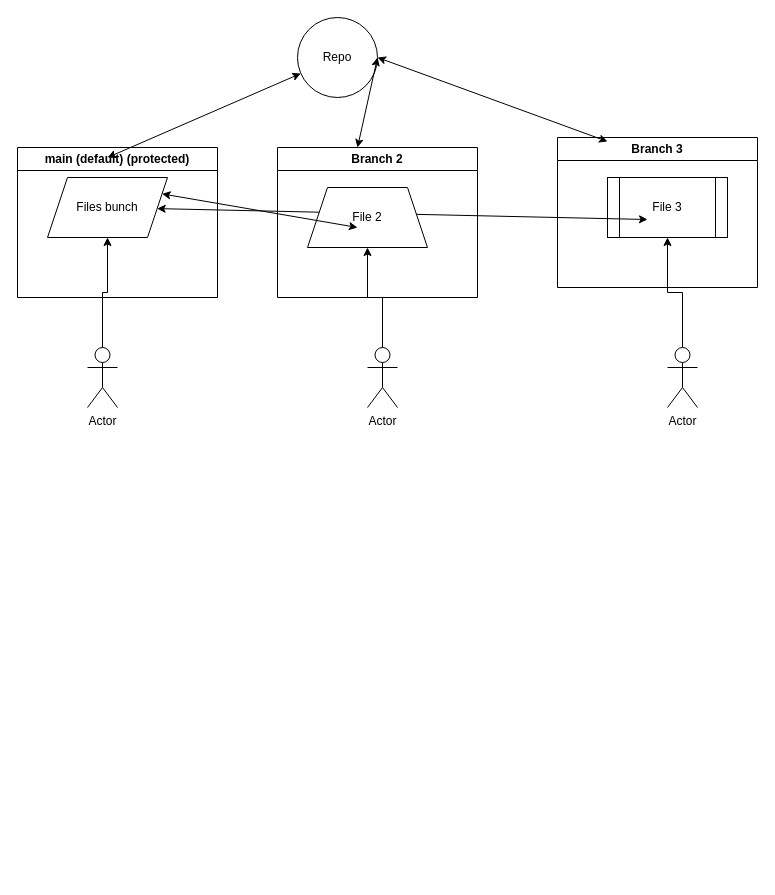
Before: git.drawio in RohiniGajakosh/practice1, a draw.io diagram. Source tidied: cells renumbered, new cells numbered last; positions are measured from the earlier drawing's top-left corner, leaving out a move shared by most shapes. Both pictures are drawn from the tidied source at 100%, with x=0, y=0 at pixel (17, 17).
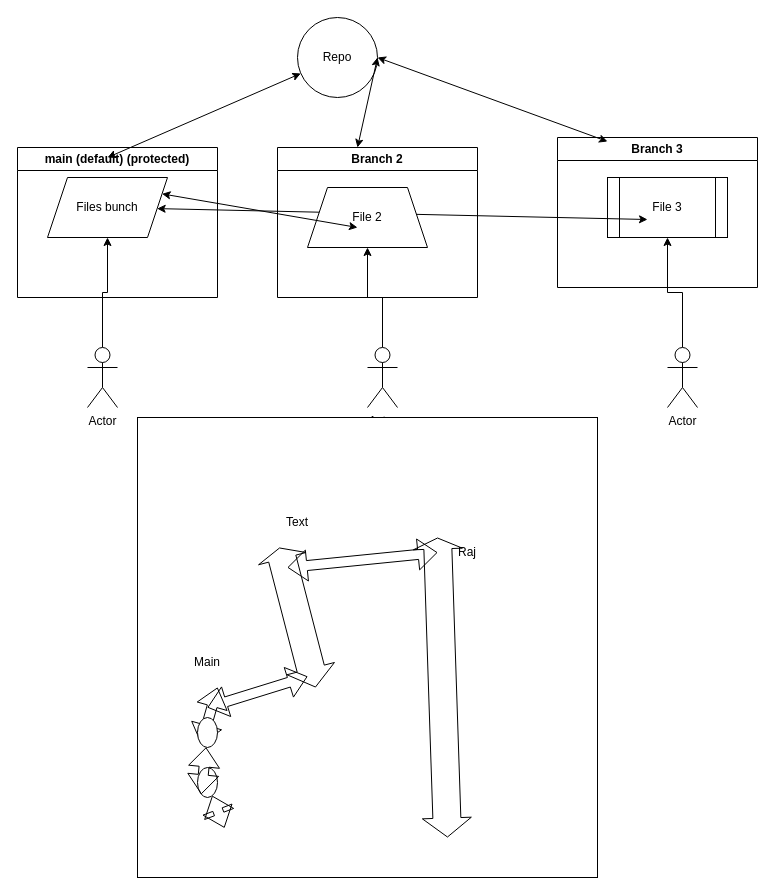
After the change.

Diff of the diagram source:
```diff
@@
+    <mxCell id="20" style="whiteSpace=wrap;html=1;" parent="1" vertex="1">
+      <mxGeometry x="120" y="400" width="460" height="460" as="geometry" />
+    </mxCell>
+    <mxCell id="21" style="shape=flexArrow;endArrow=classic;startArrow=classic;html=1;rounded=0;exitX=0.189;exitY=0.892;exitDx=0;exitDy=0;exitPerimeter=0;" parent="1" edge="1" source="29">
+      <mxGeometry relative="1" as="geometry">
+        <mxPoint x="200" y="670" as="targetPoint" />
+      </mxGeometry>
+    </mxCell>
+    <mxCell id="22" style="shape=flexArrow;endArrow=classic;startArrow=classic;html=1;rounded=0;" parent="1" edge="1">
+      <mxGeometry relative="1" as="geometry">
+        <mxPoint x="190" y="690" as="sourcePoint" />
+        <mxPoint x="290" y="659" as="targetPoint" />
+      </mxGeometry>
+    </mxCell>
+    <mxCell id="23" style="shape=flexArrow;endArrow=classic;startArrow=classic;html=1;rounded=0;width=28;endSize=3.33;" parent="1" edge="1">
+      <mxGeometry relative="1" as="geometry">
+        <mxPoint x="298.1" y="670" as="sourcePoint" />
+        <mxPoint x="261.9" y="530" as="targetPoint" />
+      </mxGeometry>
+    </mxCell>
+    <mxCell id="24" style="shape=flexArrow;endArrow=classic;startArrow=classic;html=1;rounded=0;exitX=0.189;exitY=0.892;exitDx=0;exitDy=0;exitPerimeter=0;entryX=0;entryY=0;entryDx=0;entryDy=0;width=28;endSize=3.33;" parent="1" edge="1" target="31">
+      <mxGeometry relative="1" as="geometry">
+        <mxPoint x="430" y="820" as="sourcePoint" />
+      </mxGeometry>
+    </mxCell>
+    <mxCell id="25" value="Main" style="text;html=1;align=center;verticalAlign=middle;whiteSpace=wrap;rounded=0;" parent="1" vertex="1">
+      <mxGeometry x="160" y="630" width="60" height="30" as="geometry" />
+    </mxCell>
+    <mxCell id="26" style="shape=flexArrow;endArrow=classic;startArrow=classic;html=1;rounded=0;exitX=0.189;exitY=0.892;exitDx=0;exitDy=0;exitPerimeter=0;" parent="1" edge="1" source="20" target="27">
+      <mxGeometry relative="1" as="geometry" />
+    </mxCell>
+    <mxCell id="27" style="ellipse;whiteSpace=wrap;html=1;" parent="1" vertex="1">
+      <mxGeometry x="180" y="750" width="20" height="30" as="geometry" />
+    </mxCell>
+    <mxCell id="28" style="shape=flexArrow;endArrow=classic;startArrow=classic;html=1;rounded=0;exitX=0.189;exitY=0.892;exitDx=0;exitDy=0;exitPerimeter=0;" parent="1" edge="1" source="27" target="29">
+      <mxGeometry relative="1" as="geometry" />
+    </mxCell>
+    <mxCell id="29" style="ellipse;whiteSpace=wrap;html=1;" parent="1" vertex="1">
+      <mxGeometry x="180" y="700" width="20" height="30" as="geometry" />
+    </mxCell>
+    <mxCell id="30" value="Text" style="text;html=1;align=center;verticalAlign=middle;whiteSpace=wrap;rounded=0;" parent="1" vertex="1">
+      <mxGeometry x="250" y="490" width="60" height="30" as="geometry" />
+    </mxCell>
+    <mxCell id="31" value="Raj" style="text;html=1;align=center;verticalAlign=middle;whiteSpace=wrap;rounded=0;" parent="1" vertex="1">
+      <mxGeometry x="420" y="520" width="60" height="30" as="geometry" />
+    </mxCell>
+    <mxCell id="32" style="shape=flexArrow;endArrow=classic;startArrow=classic;html=1;rounded=0;entryX=0;entryY=0.5;entryDx=0;entryDy=0;" parent="1" edge="1" target="31">
+      <mxGeometry relative="1" as="geometry">
+        <mxPoint x="270" y="550" as="sourcePoint" />
+      </mxGeometry>
+    </mxCell>
```
